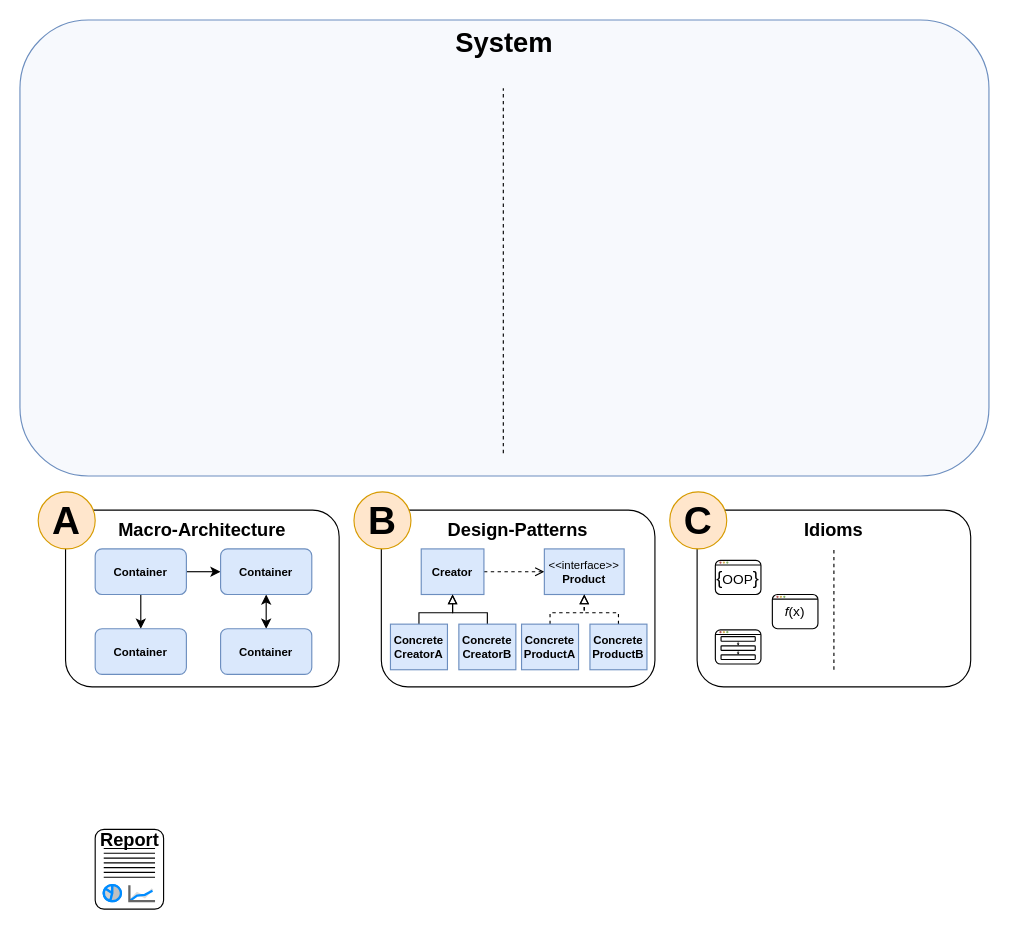
The draw.io diagram page "Page-4" (4 of 4) of E-TEMS25.drawio in mhecktor/draw.io, before the edit. Source tidied: cells renumbered, new cells numbered last; positions are measured from the earlier drawing's top-left corner, leaving out a move shared by most shapes. Both pictures are drawn from the tidied source at 114%, with x=0, y=0 at pixel (19, 19).
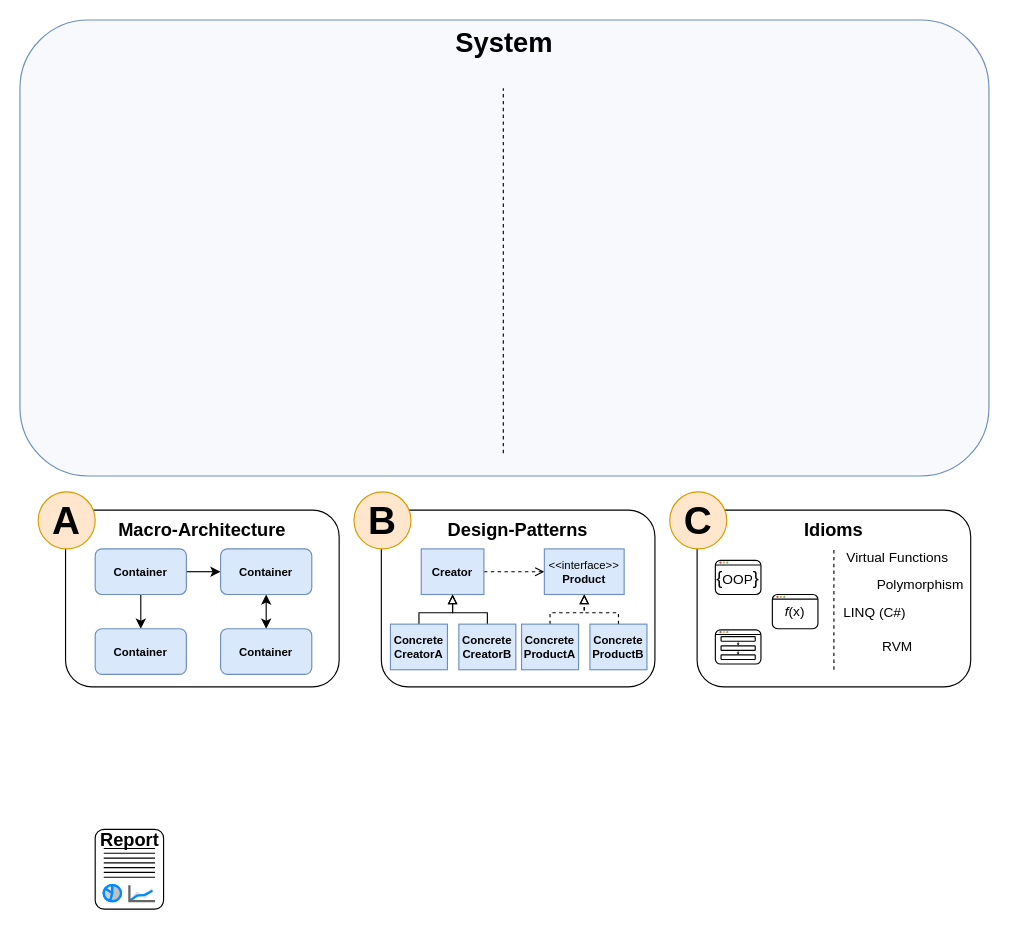
The same diagram, later.

What changed in the source:
```diff
@@
+    <mxCell id="68" value="Virtual Functions" style="text;html=1;align=center;verticalAlign=middle;whiteSpace=wrap;rounded=0;" parent="1" vertex="1">
+      <mxGeometry x="720" y="464" width="100" height="16" as="geometry" />
+    </mxCell>
+    <mxCell id="69" value="Polymorphism" style="text;html=1;align=center;verticalAlign=middle;whiteSpace=wrap;rounded=0;" parent="1" vertex="1">
+      <mxGeometry x="750" y="488" width="80" height="16" as="geometry" />
+    </mxCell>
+    <mxCell id="70" value="LINQ (C#)" style="text;html=1;align=center;verticalAlign=middle;whiteSpace=wrap;rounded=0;" parent="1" vertex="1">
+      <mxGeometry x="720" y="510" width="60" height="20" as="geometry" />
+    </mxCell>
+    <mxCell id="71" value="RVM" style="text;html=1;align=center;verticalAlign=middle;whiteSpace=wrap;rounded=0;" parent="1" vertex="1">
+      <mxGeometry x="735" y="540" width="70" height="20" as="geometry" />
+    </mxCell>
```
